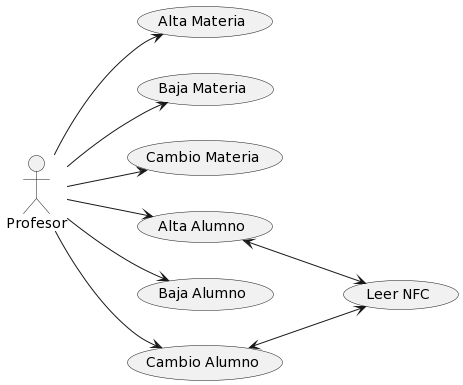
This is Diseño/06_design/Diagrama_de_Casos_de_Uso/DCU-001_Profesor.png from AngelGabriel02/Proyecto-Sistemas, a PlantUML export, as it was before one commit. The source it was exported from:
```plantuml
@startuml
left to right direction

actor "Profesor" as prf

usecase "Alta Materia" as CU004
usecase "Baja Materia" as CU005
usecase "Cambio Materia" as CU006

usecase "Alta Alumno" as CU007
usecase "Baja Alumno" as CU008
usecase "Cambio Alumno" as CU009

usecase "Leer NFC" as nfc


prf --> CU004
prf --> CU005
prf --> CU006
prf --> CU007
prf --> CU008
prf --> CU009

CU007 <--> nfc
CU009 <--> nfc
@enduml
```
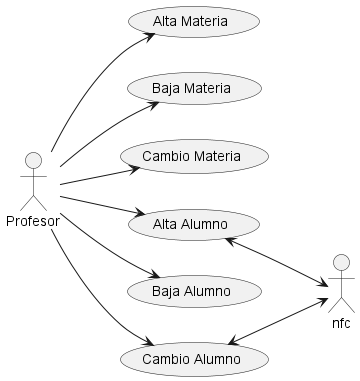
After the commit.

Diff of the diagram source:
```diff
@@ -1,4 +1,4 @@
-@startuml
+@startuml Diagrama de Casos de Uso Profesor
 left to right direction
 
 actor "Profesor" as prf
@@ -11,8 +11,6 @@
 usecase "Baja Alumno" as CU008
 usecase "Cambio Alumno" as CU009
 
-usecase "Leer NFC" as nfc
-
 
 prf --> CU004
 prf --> CU005
@@ -23,4 +21,5 @@
 
 CU007 <--> nfc
 CU009 <--> nfc
+
 @enduml
```
